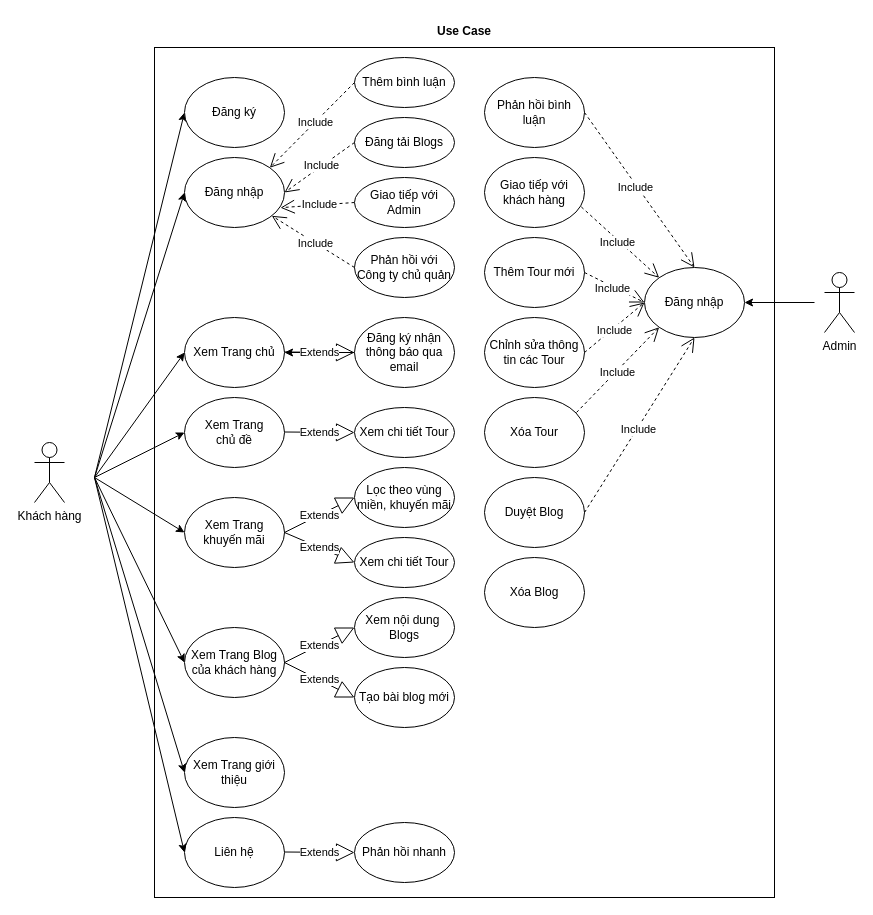
Earlier version of the draw.io diagram Drawio/Use_Case.drawio (LuanMinhNguyen/nhom2thuctapchuyennganh). Source tidied: cells renumbered, new cells numbered last; positions are measured from the earlier drawing's top-left corner, leaving out a move shared by most shapes. Both pictures are drawn from the tidied source at 100%, with x=0, y=0 at pixel (34, 17).
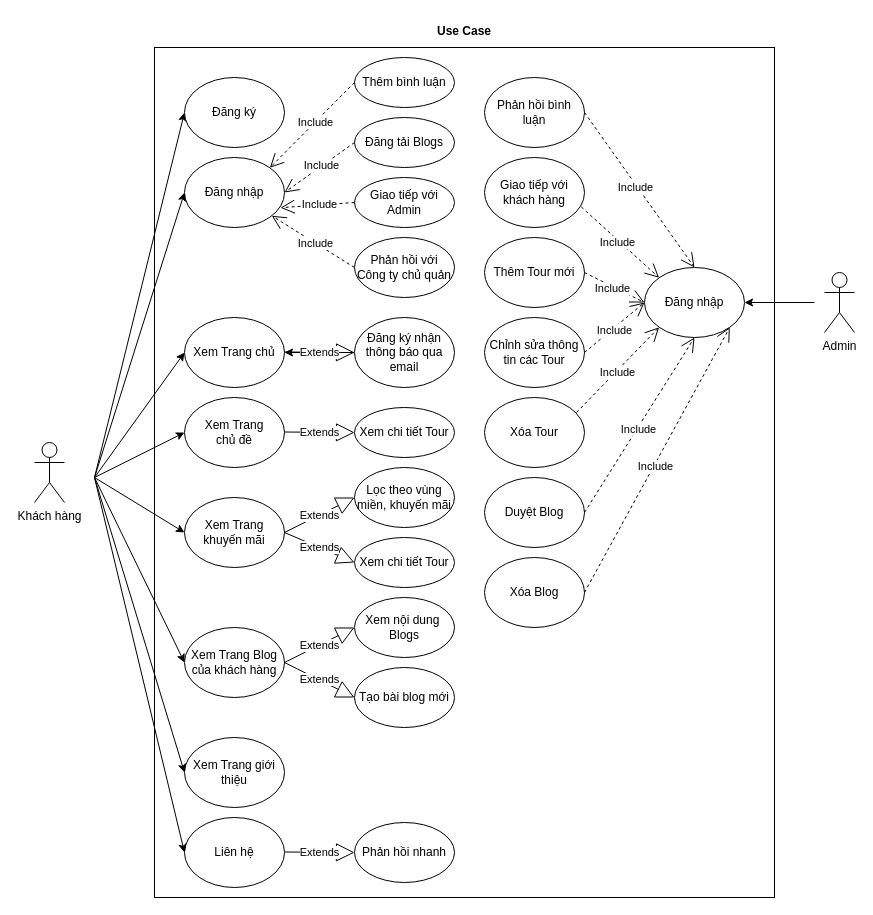
The same diagram, later.

The change refers to these unchanged cells:
```xml
<mxCell id="29" value="Đăng nhập" style="ellipse;whiteSpace=wrap;html=1;" parent="1" vertex="1">
  <mxGeometry x="610" y="250" width="100" height="70" as="geometry" />
</mxCell>
<mxCell id="53" value="Xóa Blog" style="ellipse;whiteSpace=wrap;html=1;" parent="1" vertex="1">
  <mxGeometry x="450" y="540" width="100" height="70" as="geometry" />
</mxCell>
```

Change to the diagram source:
```diff
@@
+    <mxCell id="60" value="Include" style="endArrow=open;endSize=12;dashed=1;html=1;exitX=1;exitY=0.5;exitDx=0;exitDy=0;entryX=1;entryY=1;entryDx=0;entryDy=0;" parent="1" edge="1" source="53" target="29">
+      <mxGeometry x="-0.04" y="-2" relative="1" as="geometry" />
+    </mxCell>
```
